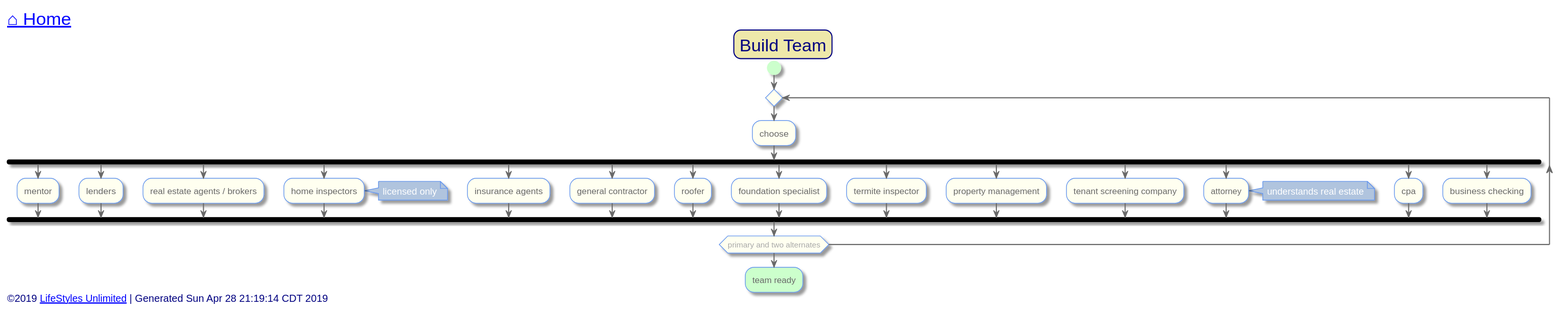
Earlier version of the PlantUML export out/src/single-family/team-building.svg (toddmo/lifestylesunlimited).
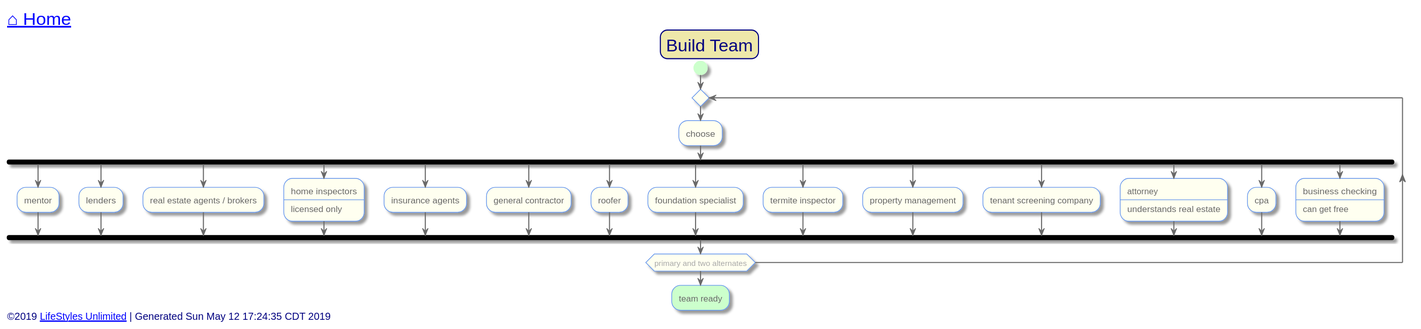
Above is the later version.

What changed in the source:
```diff
@@ -94,8 +94,9 @@
 		fork again
 			:real estate agents / brokers;
 		fork again
-			:home inspectors;
-			note right: licensed only
+			:home inspectors
+			----
+			licensed only;
 		fork again
 			:insurance agents;
 		fork again
@@ -111,12 +112,15 @@
 		fork again
 			:tenant screening company;
 		fork again
-			:attorney;
-			note right: understands real estate
+			:attorney
+			----
+			understands real estate;
 		fork again
 			:cpa;
 		fork again
-			:business checking;
+			:business checking
+			----
+			can get free;
 		end fork
 	repeat while (primary and two alternates)
 	#PHYSICAL:team ready;
@@ -124,7 +128,7 @@
 
 
 left footer
-	<font size=14>©2019 [[http://www.lifestylesunlimited.com LifeStyles Unlimited]] | Generated Sun Apr 28 21:19:14 CDT 2019</font>
+	<font size=14>©2019 [[http://www.lifestylesunlimited.com LifeStyles Unlimited]] | Generated Sun May 12 17:24:35 CDT 2019</font>
 endfooter
 
 
```
